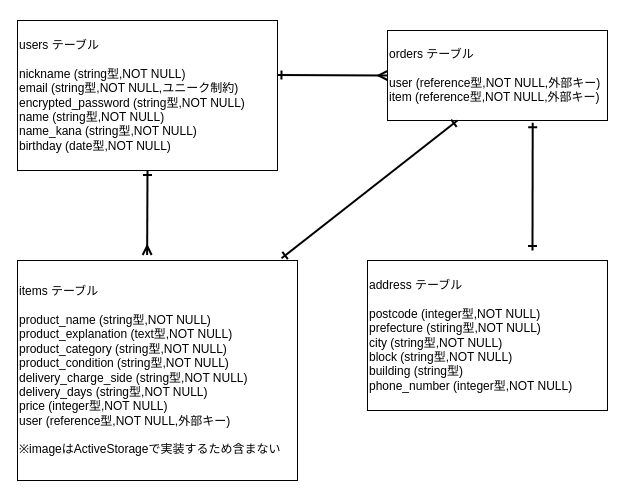
Above: er.dio in kouki135/furima-37408 (draw.io), before the change. Source tidied: cells renumbered, new cells numbered last; positions are measured from the earlier drawing's top-left corner, leaving out a move shared by most shapes. Both pictures are drawn from the tidied source at 100%, with x=0, y=0 at pixel (17, 20).
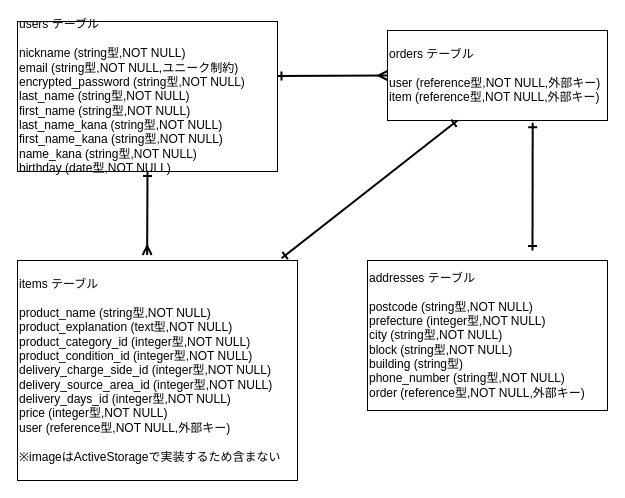
The same diagram, later.

Change to the diagram source:
```diff
@@
 <mxGraphModel>
   <root>
     <mxCell id="0" />
     <mxCell id="1" parent="0" />
-    <mxCell id="2" value="&lt;div&gt;&lt;span&gt;users テーブル&lt;/span&gt;&lt;/div&gt;&lt;div&gt;&lt;br&gt;&lt;/div&gt;&lt;div&gt;&lt;span&gt;nickname (string型,NOT NULL)&lt;/span&gt;&lt;/div&gt;&lt;div&gt;&lt;span&gt;email (string型,NOT NULL,ユニーク制約)&lt;/span&gt;&lt;/div&gt;&lt;div&gt;&lt;span&gt;encrypted_password&amp;nbsp;(string型,NOT NULL)&lt;/span&gt;&lt;/div&gt;&lt;div&gt;&lt;span&gt;name&amp;nbsp;(string型,NOT NULL)&lt;/span&gt;&lt;/div&gt;&lt;div&gt;&lt;span&gt;name_kana&amp;nbsp;(string型,NOT NULL)&lt;/span&gt;&lt;/div&gt;&lt;div&gt;&lt;span&gt;birthday&amp;nbsp;(date型,NOT NULL)&lt;/span&gt;&lt;/div&gt;" style="rounded=0;whiteSpace=wrap;html=1;align=left;" parent="1" vertex="1">
-      <mxGeometry width="260" height="150" as="geometry" />
+    <mxCell id="2" value="&lt;div&gt;&lt;span&gt;users テーブル&lt;/span&gt;&lt;/div&gt;&lt;div&gt;&lt;br&gt;&lt;/div&gt;&lt;div&gt;&lt;span&gt;nickname (string型,NOT NULL)&lt;/span&gt;&lt;/div&gt;&lt;div&gt;&lt;span&gt;email (string型,NOT NULL,ユニーク制約)&lt;/span&gt;&lt;/div&gt;&lt;div&gt;&lt;span&gt;encrypted_password&amp;nbsp;(string型,NOT NULL)&lt;/span&gt;&lt;/div&gt;&lt;div&gt;last_name&amp;nbsp;(string型,NOT NULL)&lt;span&gt;&lt;br&gt;&lt;/span&gt;&lt;/div&gt;&lt;div&gt;&lt;span&gt;first_name&amp;nbsp;(string型,NOT NULL)&lt;/span&gt;&lt;/div&gt;&lt;div&gt;&lt;div&gt;last_name_kana (string型,NOT NULL)&lt;br&gt;&lt;/div&gt;&lt;div&gt;first_name_kana (string型,NOT NULL)&lt;/div&gt;&lt;/div&gt;&lt;div&gt;&lt;span&gt;name_kana&amp;nbsp;(string型,NOT NULL)&lt;/span&gt;&lt;/div&gt;&lt;div&gt;&lt;span&gt;birthday&amp;nbsp;(date型,NOT NULL)&lt;/span&gt;&lt;/div&gt;" style="rounded=0;whiteSpace=wrap;html=1;align=left;" parent="1" vertex="1">
+      <mxGeometry y="1" width="260" height="150" as="geometry" />
     </mxCell>
-    <mxCell id="3" value="items テーブル&lt;br&gt;&lt;br&gt;product_name&amp;nbsp;(string型,NOT NULL)&lt;br&gt;product_explanation (text型,NOT NULL)&lt;br&gt;product_category (string型,NOT NULL)&lt;br&gt;product_condition (string型,NOT NULL)&lt;br&gt;delivery_charge_side (string型,NOT NULL)&lt;br&gt;delivery_days (string型,NOT NULL)&lt;br&gt;price (integer型,NOT NULL)&lt;br&gt;user (reference型,NOT NULL,外部キー)&lt;br&gt;&lt;br&gt;※imageはActiveStorageで実装するため含まない" style="rounded=0;whiteSpace=wrap;html=1;align=left;" parent="1" vertex="1">
+    <mxCell id="3" value="items テーブル&lt;br&gt;&lt;br&gt;product_name&amp;nbsp;(string型,NOT NULL)&lt;br&gt;product_explanation (text型,NOT NULL)&lt;br&gt;product_category_id (integer型,NOT NULL)&lt;br&gt;product_condition_id (integer型,NOT NULL)&lt;br&gt;delivery_charge_side_id (integer型,NOT NULL)&lt;br&gt;delivery_source_area_id (integer型,NOT NULL)&lt;br&gt;delivery_days_id (integer型,NOT NULL)&lt;br&gt;price (integer型,NOT NULL)&lt;br&gt;user (reference型,NOT NULL,外部キー)&lt;br&gt;&lt;br&gt;※imageはActiveStorageで実装するため含まない" style="rounded=0;whiteSpace=wrap;html=1;align=left;" parent="1" vertex="1">
       <mxGeometry y="240" width="280" height="220" as="geometry" />
     </mxCell>
     <mxCell id="4" value="&lt;div&gt;&lt;span&gt;orders テーブル&lt;/span&gt;&lt;/div&gt;&lt;div&gt;&lt;br&gt;&lt;/div&gt;user (reference型,NOT NULL,外部キー)&lt;div&gt;&lt;span&gt;item&lt;/span&gt;&lt;span&gt;&amp;nbsp;(&lt;/span&gt;reference型&lt;span&gt;,NOT NULL,外部キー)&lt;/span&gt;&lt;/div&gt;" style="rounded=0;whiteSpace=wrap;html=1;align=left;" parent="1" vertex="1">
       <mxGeometry x="370" y="10" width="220" height="90" as="geometry" />
     </mxCell>
-    <mxCell id="5" value="&lt;div&gt;&lt;span&gt;address テーブル&lt;/span&gt;&lt;/div&gt;&lt;div&gt;&lt;br&gt;&lt;/div&gt;postcode (integer型,NOT NULL)&lt;div&gt;&lt;span&gt;prefecture (stiring&lt;/span&gt;型&lt;span&gt;,NOT NULL)&lt;/span&gt;&lt;/div&gt;city (string型,NOT NULL)&lt;br&gt;block (string型,NOT NULL)&lt;br&gt;building (string型)&lt;br&gt;phone_number (integer型,NOT NULL)" style="rounded=0;whiteSpace=wrap;html=1;align=left;" parent="1" vertex="1">
+    <mxCell id="5" value="&lt;div&gt;&lt;span&gt;addresses テーブル&lt;/span&gt;&lt;/div&gt;&lt;div&gt;&lt;br&gt;&lt;/div&gt;postcode (string型,NOT NULL)&lt;div&gt;&lt;span&gt;prefecture (integer&lt;/span&gt;型&lt;span&gt;,NOT NULL)&lt;/span&gt;&lt;/div&gt;city (string型,NOT NULL)&lt;br&gt;block (string型,NOT NULL)&lt;br&gt;building (string型)&lt;br&gt;phone_number (string型,NOT NULL)&lt;br&gt;order (reference型,NOT NULL,外部キー)" style="rounded=0;whiteSpace=wrap;html=1;align=left;" parent="1" vertex="1">
       <mxGeometry x="350" y="240" width="240" height="150" as="geometry" />
     </mxCell>
     <mxCell id="6" style="endArrow=ERmany;startArrow=ERone;html=1;endFill=0;startFill=0;exitX=0.998;exitY=0.364;exitDx=0;exitDy=0;exitPerimeter=0;strokeWidth=2;entryX=0;entryY=0.5;entryDx=0;entryDy=0;" parent="1" edge="1" source="2" target="4">
       <mxGeometry relative="1" as="geometry" />
     </mxCell>
     <mxCell id="7" style="endArrow=ERmany;startArrow=ERone;html=1;endFill=0;startFill=0;strokeWidth=2;entryX=0.463;entryY=-0.025;entryDx=0;entryDy=0;exitX=0.5;exitY=1;exitDx=0;exitDy=0;entryPerimeter=0;" parent="1" edge="1" source="2" target="3">
       <mxGeometry relative="1" as="geometry" />
     </mxCell>
     <mxCell id="8" style="endArrow=ERone;startArrow=ERone;html=1;endFill=0;startFill=0;exitX=0.943;exitY=-0.01;exitDx=0;exitDy=0;exitPerimeter=0;strokeWidth=2;entryX=0.318;entryY=1;entryDx=0;entryDy=0;entryPerimeter=0;" parent="1" edge="1" source="3" target="4">
       <mxGeometry relative="1" as="geometry" />
     </mxCell>
     <mxCell id="9" style="endArrow=ERone;startArrow=ERone;html=1;endFill=0;startFill=0;strokeWidth=2;entryX=0.66;entryY=1.026;entryDx=0;entryDy=0;entryPerimeter=0;" parent="1" edge="1" target="4">
       <mxGeometry relative="1" as="geometry">
         <mxPoint x="515" y="230" as="sourcePoint" />
       </mxGeometry>
     </mxCell>
   </root>
 </mxGraphModel>
```
